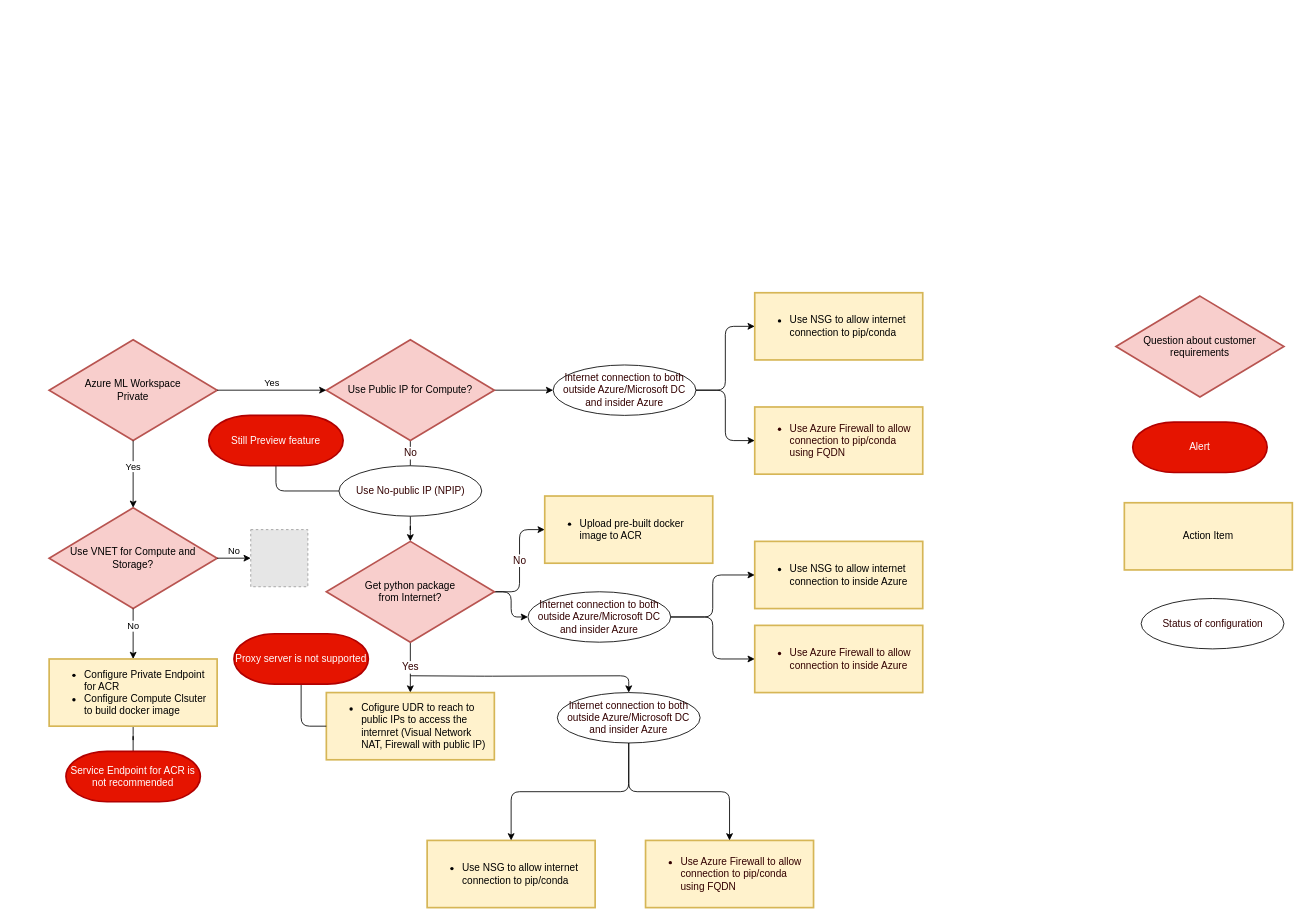
Before: diagrams/azureml-network-playbook.drawio in konabuta/azureml-network-playbook, a draw.io diagram. Source tidied: cells renumbered, new cells numbered last; positions are measured from the earlier drawing's top-left corner, leaving out a move shared by most shapes. Both pictures are drawn from the tidied source at 84%, with x=0, y=0 at pixel (49, 292). Pictures stored in the file or linked from it are replaced by grey dashed boxes.
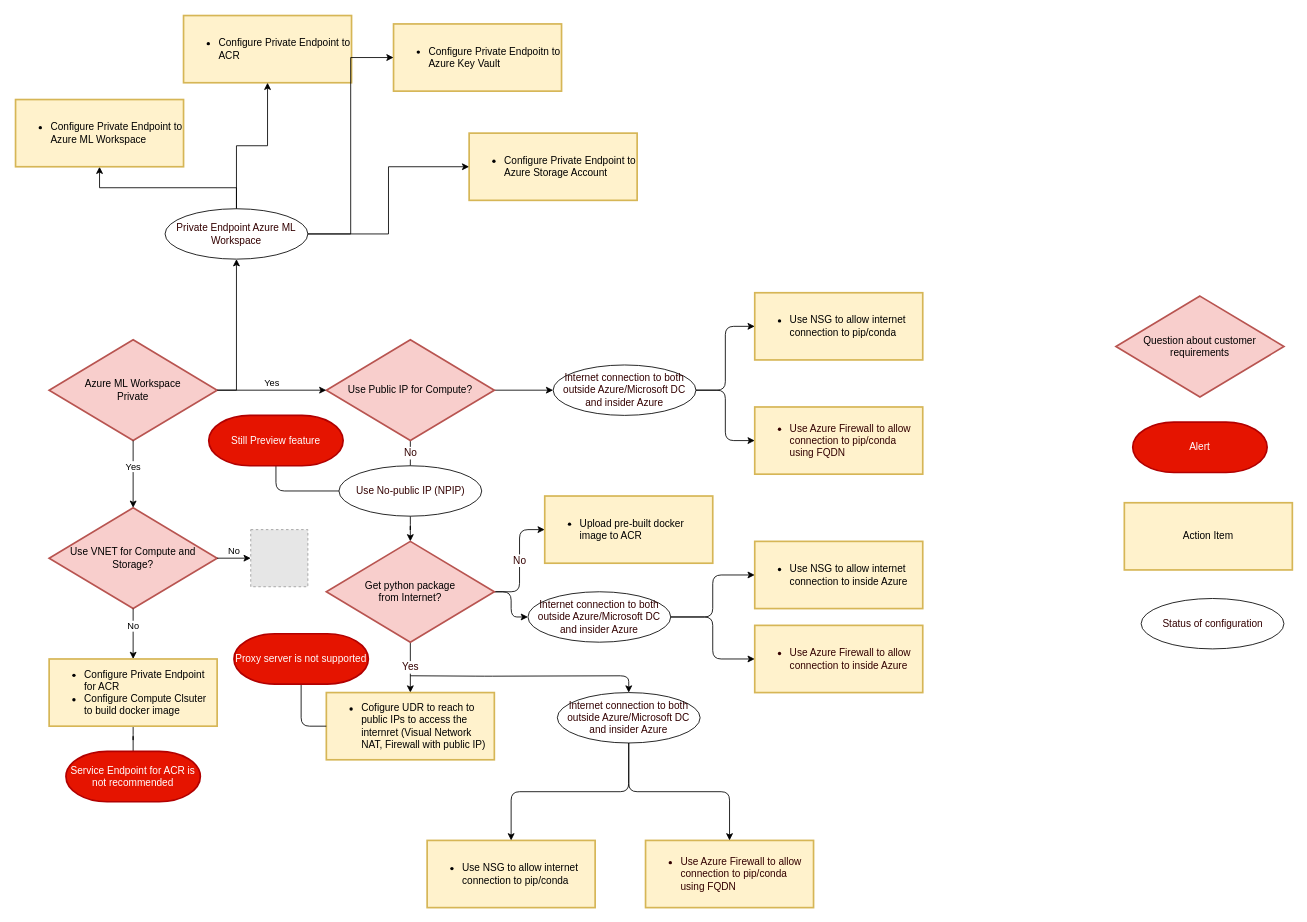
The same page after the edit.

The change refers to these unchanged cells:
```xml
<mxCell id="2" value="Azure ML Workspace&lt;br&gt;Private" style="strokeWidth=2;html=1;shape=mxgraph.flowchart.decision;whiteSpace=wrap;fillColor=#f8cecc;strokeColor=#b85450;rounded=0;" parent="1" vertex="1">
  <mxGeometry y="56" width="200" height="120" as="geometry" />
</mxCell>
```

Change to the diagram source:
```diff
@@
+    <mxCell id="47" style="edgeStyle=orthogonalEdgeStyle;rounded=0;jettySize=auto;html=1;entryX=0.5;entryY=1;entryDx=0;entryDy=0;entryPerimeter=0;exitX=1;exitY=0.5;exitDx=0;exitDy=0;exitPerimeter=0;" parent="1" edge="1" source="2" target="55">
+      <mxGeometry relative="1" as="geometry" />
+    </mxCell>
@@
+    <mxCell id="48" value="&lt;ul&gt;&lt;li&gt;Configure Private Endpoint to ACR&lt;/li&gt;&lt;/ul&gt;" style="rounded=0;html=1;absoluteArcSize=1;arcSize=14;strokeWidth=2;fillColor=#fff2cc;strokeColor=#d6b656;labelPosition=center;verticalLabelPosition=middle;align=left;verticalAlign=middle;fontSize=12;whiteSpace=wrap;" parent="1" vertex="1">
+      <mxGeometry x="160" y="-330" width="200" height="80" as="geometry" />
+    </mxCell>
+    <mxCell id="49" value="&lt;ul&gt;&lt;li&gt;Configure Private Endpoitn to Azure Key Vault&lt;/li&gt;&lt;/ul&gt;" style="rounded=0;html=1;absoluteArcSize=1;arcSize=14;strokeWidth=2;fillColor=#fff2cc;strokeColor=#d6b656;labelPosition=center;verticalLabelPosition=middle;align=left;verticalAlign=middle;fontSize=12;whiteSpace=wrap;" parent="1" vertex="1">
+      <mxGeometry x="410" y="-320" width="200" height="80" as="geometry" />
+    </mxCell>
+    <mxCell id="50" value="&lt;ul&gt;&lt;li&gt;Configure Private Endpoint to Azure Storage Account&lt;/li&gt;&lt;/ul&gt;" style="rounded=0;html=1;absoluteArcSize=1;arcSize=14;strokeWidth=2;fillColor=#fff2cc;strokeColor=#d6b656;labelPosition=center;verticalLabelPosition=middle;align=left;verticalAlign=middle;fontSize=12;whiteSpace=wrap;" parent="1" vertex="1">
+      <mxGeometry x="500" y="-190" width="200" height="80" as="geometry" />
+    </mxCell>
+    <mxCell id="51" style="edgeStyle=orthogonalEdgeStyle;rounded=0;jettySize=auto;html=1;exitX=0.5;exitY=0;exitDx=0;exitDy=0;exitPerimeter=0;" parent="1" edge="1" source="55" target="56">
+      <mxGeometry relative="1" as="geometry" />
+    </mxCell>
+    <mxCell id="52" style="edgeStyle=orthogonalEdgeStyle;rounded=0;jettySize=auto;html=1;entryX=0;entryY=0.5;entryDx=0;entryDy=0;" parent="1" edge="1" source="55" target="49">
+      <mxGeometry relative="1" as="geometry" />
+    </mxCell>
+    <mxCell id="53" style="edgeStyle=orthogonalEdgeStyle;rounded=0;jettySize=auto;html=1;entryX=0;entryY=0.5;entryDx=0;entryDy=0;" parent="1" edge="1" source="55" target="50">
+      <mxGeometry relative="1" as="geometry" />
+    </mxCell>
+    <mxCell id="54" style="edgeStyle=orthogonalEdgeStyle;rounded=0;jettySize=auto;html=1;entryX=0.5;entryY=1;entryDx=0;entryDy=0;" parent="1" edge="1" source="55" target="48">
+      <mxGeometry relative="1" as="geometry" />
+    </mxCell>
+    <mxCell id="55" value="Private Endpoint Azure ML Workspace" style="verticalLabelPosition=middle;verticalAlign=middle;html=1;shape=mxgraph.flowchart.on-page_reference;fontSize=12;fontColor=#330000;labelPosition=center;align=center;whiteSpace=wrap;" parent="1" vertex="1">
+      <mxGeometry x="138" y="-100" width="170" height="60" as="geometry" />
+    </mxCell>
+    <mxCell id="56" value="&lt;ul&gt;&lt;li&gt;Configure Private Endpoint to Azure ML Workspace&lt;/li&gt;&lt;/ul&gt;" style="rounded=0;html=1;absoluteArcSize=1;arcSize=14;strokeWidth=2;fillColor=#fff2cc;strokeColor=#d6b656;labelPosition=center;verticalLabelPosition=middle;align=left;verticalAlign=middle;fontSize=12;whiteSpace=wrap;" parent="1" vertex="1">
+      <mxGeometry x="-40" y="-230" width="200" height="80" as="geometry" />
+    </mxCell>
```
